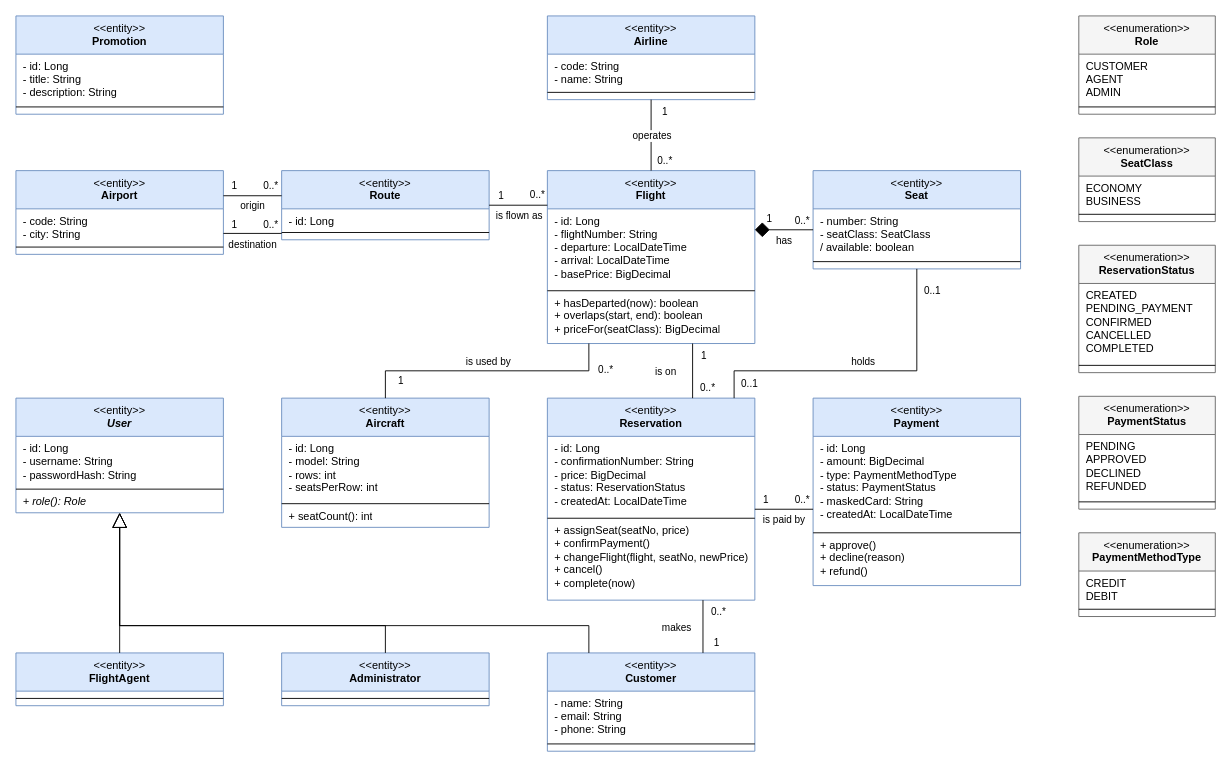
Before: docs/diagrams/src/10-class-entities.drawio in satyambhanot/ChinookAir, a draw.io diagram. Source tidied: cells renumbered, new cells numbered last; positions are measured from the earlier drawing's top-left corner, leaving out a move shared by most shapes. Both pictures are drawn from the tidied source at 91%, with x=0, y=0 at pixel (15, 15).
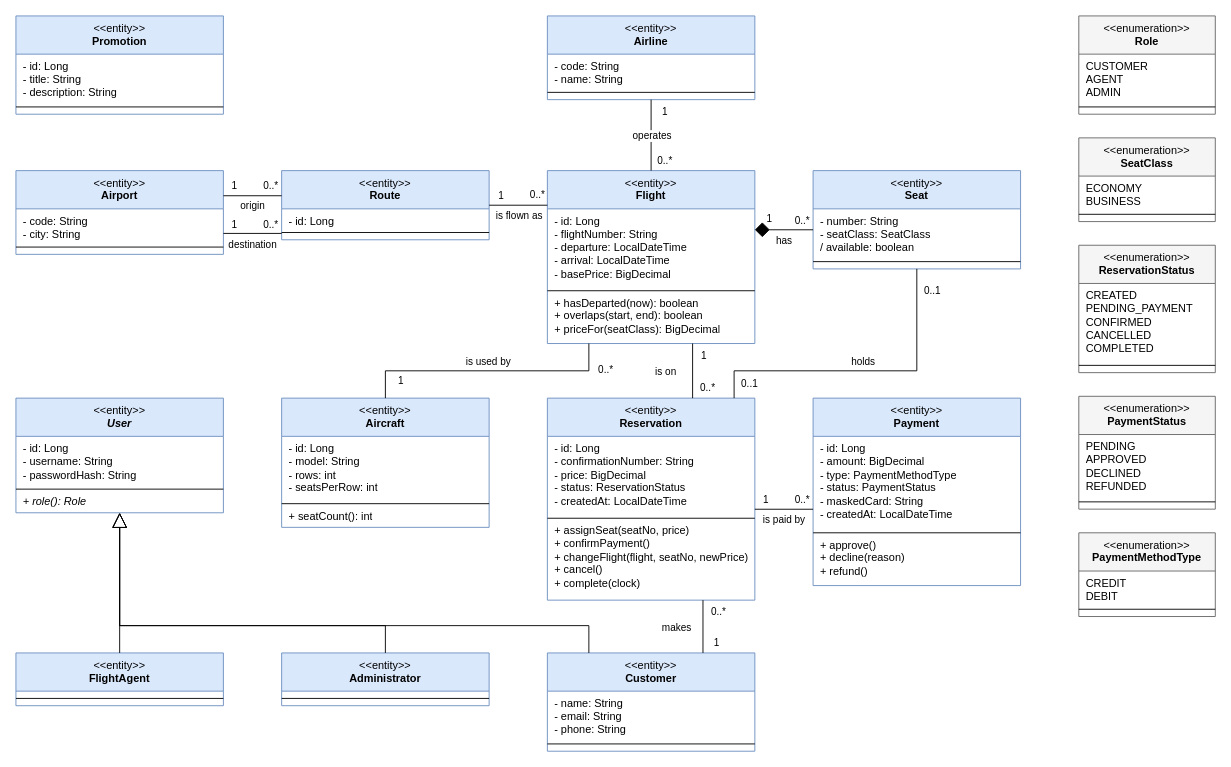
The same diagram, later.

Commit message (it also covers changes not shown here):
Rename Reservation.complete(now) to complete(clock) in the entity diagram

The change refers to these unchanged cells:
```xml
<mxCell id="30" value="&amp;lt;&amp;lt;entity&amp;gt;&amp;gt;&lt;br&gt;&lt;b&gt;Reservation&lt;/b&gt;" style="swimlane;fontStyle=0;align=center;verticalAlign=top;horizontal=1;startSize=42;whiteSpace=wrap;html=1;fontFamily=Helvetica;fontSize=12;fillColor=#dae8fc;strokeColor=#6c8ebf;" parent="1" vertex="1">
  <mxGeometry x="584" y="420" width="228" height="222" as="geometry" />
</mxCell>
```

Change to the diagram source:
```diff
@@
-    <mxCell id="33" value="+ assignSeat(seatNo, price)&lt;br&gt;+ confirmPayment()&lt;br&gt;+ changeFlight(flight, seatNo, newPrice)&lt;br&gt;+ cancel()&lt;br&gt;+ complete(now)" style="text;strokeColor=none;fillColor=none;align=left;verticalAlign=top;spacingLeft=6;spacingRight=4;overflow=hidden;whiteSpace=wrap;html=1;fontFamily=Helvetica;fontSize=12;" parent="30" vertex="1">
+    <mxCell id="33" value="+ assignSeat(seatNo, price)&lt;br&gt;+ confirmPayment()&lt;br&gt;+ changeFlight(flight, seatNo, newPrice)&lt;br&gt;+ cancel()&lt;br&gt;+ complete(clock)" style="text;strokeColor=none;fillColor=none;align=left;verticalAlign=top;spacingLeft=6;spacingRight=4;overflow=hidden;whiteSpace=wrap;html=1;fontFamily=Helvetica;fontSize=12;" parent="30" vertex="1">
       <mxGeometry y="132" width="228" height="90" as="geometry" />
     </mxCell>
```
